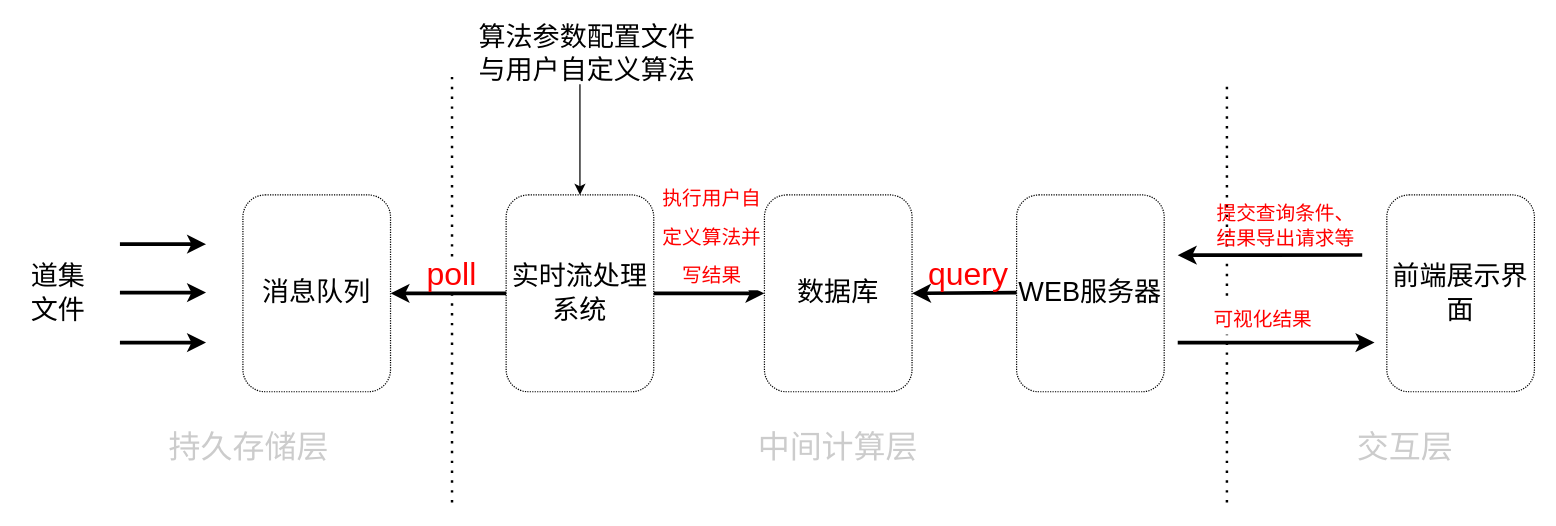
This is page "Page-1" (1 of 2) of drawio/zsh_demo_structure.drawio from ChaseHuangxu/UselessRepoForSave, a draw.io file, before an edit. Source tidied: cells renumbered, new cells numbered last; positions are measured from the earlier drawing's top-left corner, leaving out a move shared by most shapes. Both pictures are drawn from the tidied source at 123%, with x=0, y=0 at pixel (21, 34).
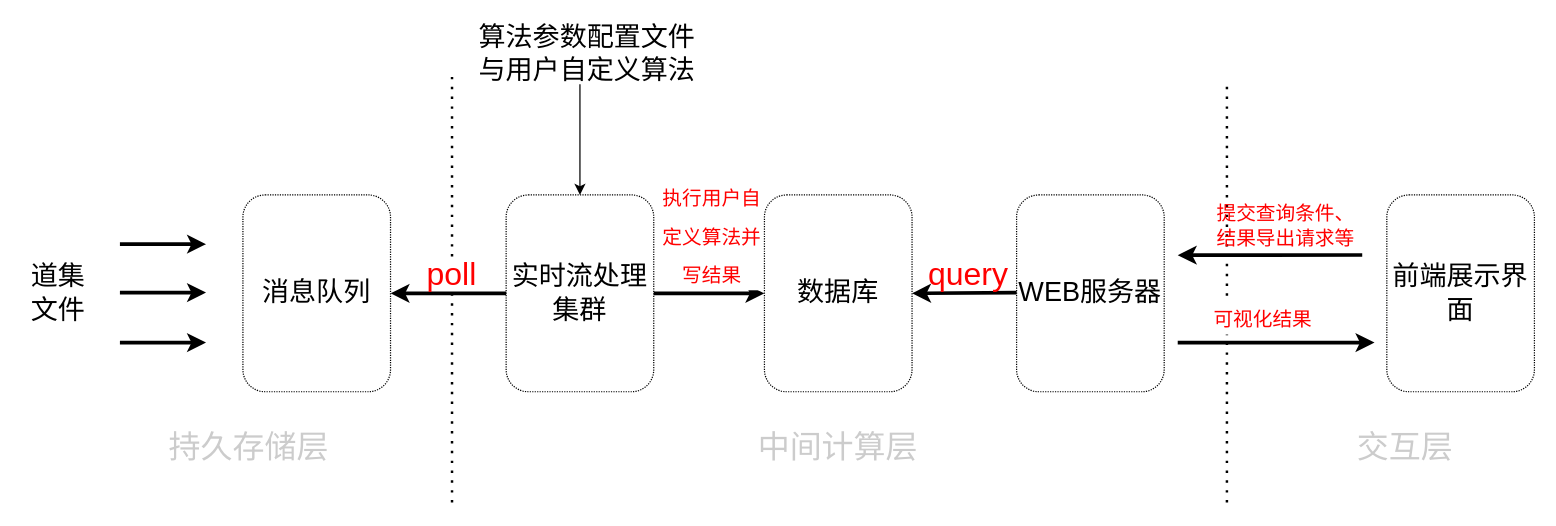
Above is the later version.

Change to the diagram source:
```diff
@@
-    <mxCell id="3" value="&lt;font style=&quot;font-size: 22px&quot;&gt;实时流处理系统&lt;/font&gt;" style="rounded=1;whiteSpace=wrap;html=1;dashed=1;dashPattern=1 1;fillColor=none;" parent="1" vertex="1">
+    <mxCell id="3" value="&lt;font style=&quot;font-size: 22px&quot;&gt;实时流处理集群&lt;/font&gt;" style="rounded=1;whiteSpace=wrap;html=1;dashed=1;dashPattern=1 1;fillColor=none;" parent="1" vertex="1">
       <mxGeometry x="394" y="130" width="120" height="160" as="geometry" />
     </mxCell>
```
